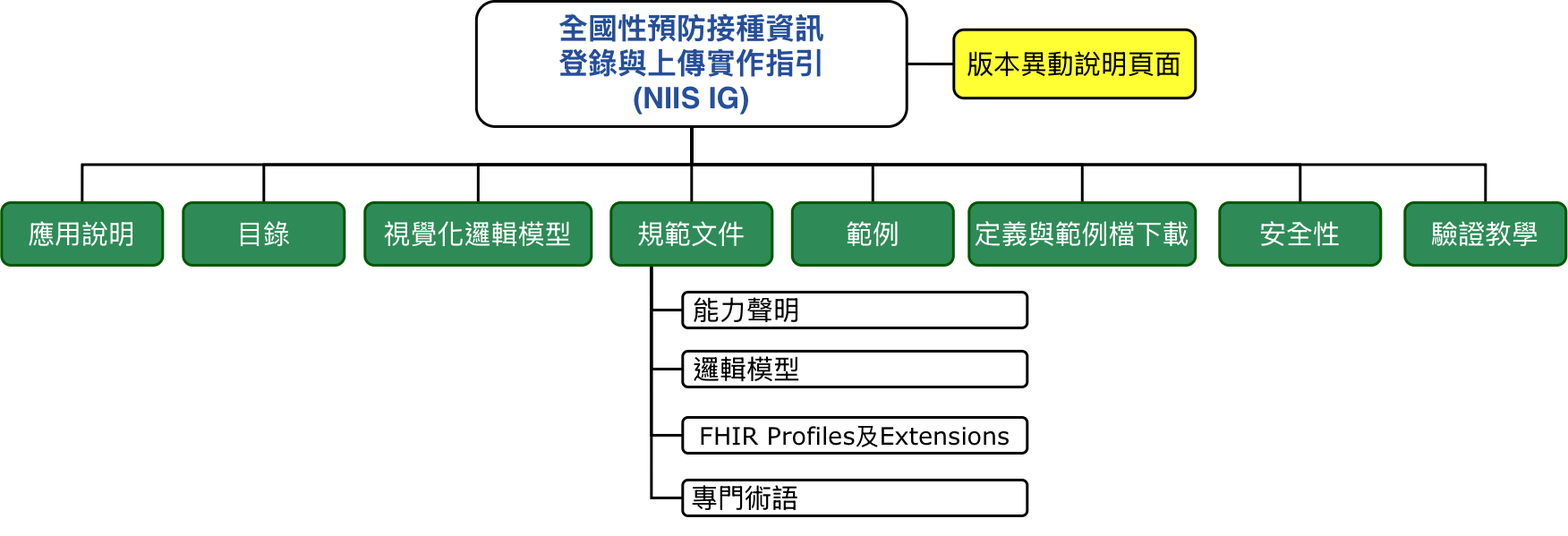
hyweb-cdc/niis keeps this draw.io diagram as input/images/structure.png. Above is the earlier version. Source tidied: cells renumbered, new cells last; positions are measured from the earlier drawing's top-left corner, leaving out a move shared by most shapes.
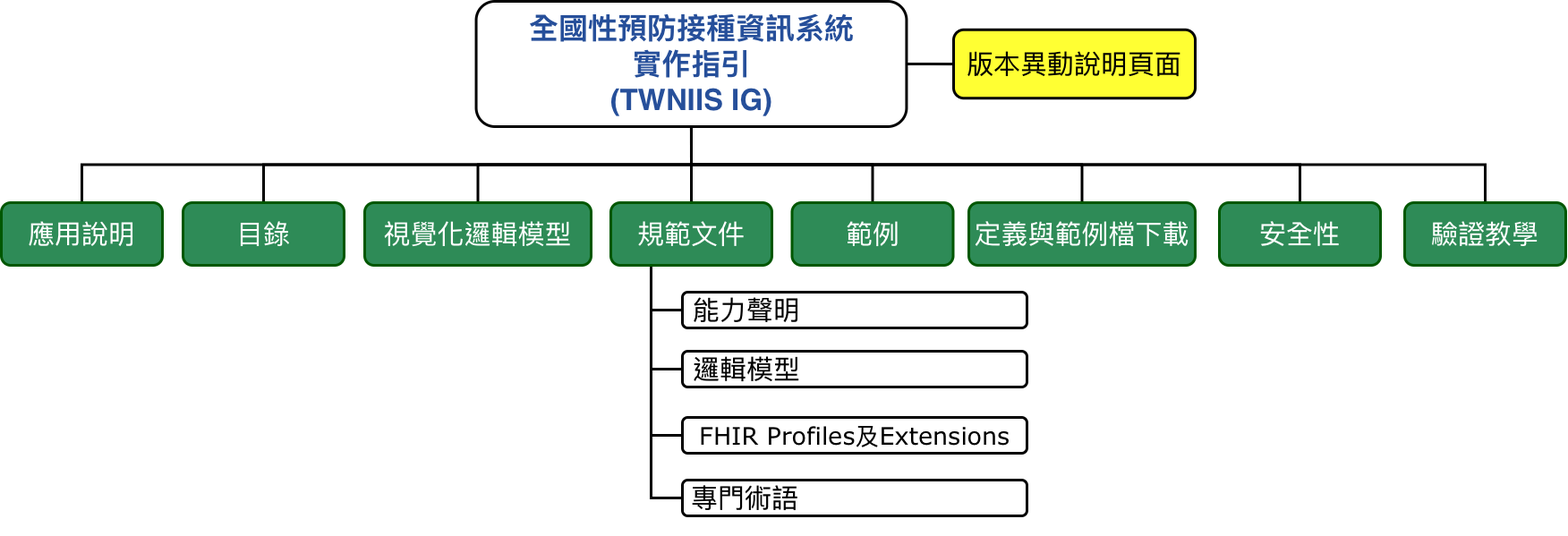
After the commit.

Diff of the diagram source:
```diff
@@ -26,7 +26,7 @@
     <mxCell id="9" style="edgeStyle=orthogonalEdgeStyle;rounded=0;jettySize=auto;html=1;exitX=0.5;exitY=1;exitDx=0;exitDy=0;endArrow=none;endFill=0;strokeWidth=3;entryX=0.5;entryY=0;entryDx=0;entryDy=0;fontSize=30;" parent="1" edge="1" source="10" target="26">
       <mxGeometry relative="1" as="geometry" />
     </mxCell>
-    <mxCell id="10" value="全國性預防接種資訊&#10;登錄與上傳實作指引&#10;(NIIS IG)" style="rounded=1;whiteSpace=wrap;fontSize=33;fontFamily=Helvetica;strokeWidth=3;fontColor=#264F9A;fontStyle=1;" parent="1" vertex="1">
+    <mxCell id="10" value="全國性預防接種資訊系統&#10;實作指引&#10;(TWNIIS IG)" style="rounded=1;whiteSpace=wrap;fontSize=33;fontFamily=Helvetica;strokeWidth=3;fontColor=#264F9A;fontStyle=1;" parent="1" vertex="1">
       <mxGeometry x="530.6" width="480.9" height="140" as="geometry" />
     </mxCell>
     <mxCell id="11" value="版本異動說明頁面" style="rounded=1;whiteSpace=wrap;html=1;fontSize=30;fontFamily=Helvetica;fillColor=#FFFF33;strokeColor=#000000;strokeWidth=3;" parent="1" vertex="1">
```
